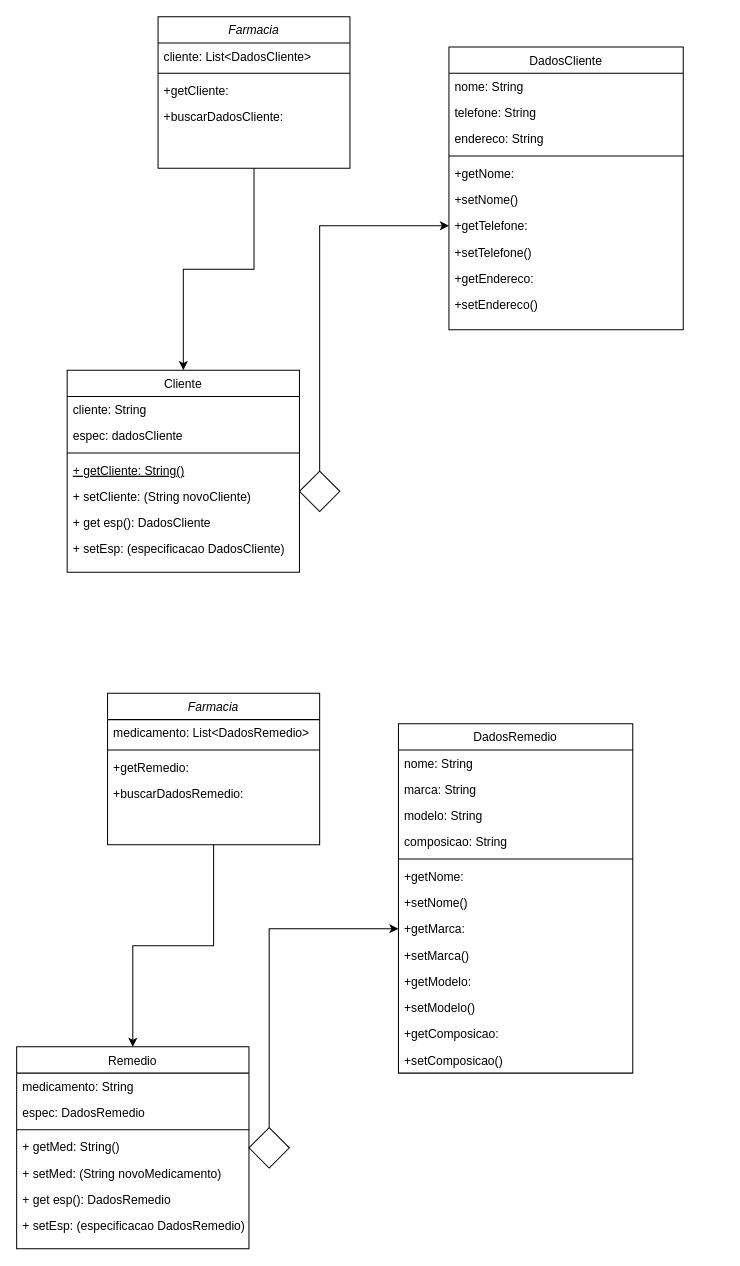
Above: Engenharia de Software/assets/Diagrama sem nome.drawio in beajdkjj/bertoti (draw.io), before the change. Source tidied: cells renumbered, new cells numbered last; positions are measured from the earlier drawing's top-left corner, leaving out a move shared by most shapes. Both pictures are drawn from the tidied source at 101%, with x=0, y=0 at pixel (16, 16).
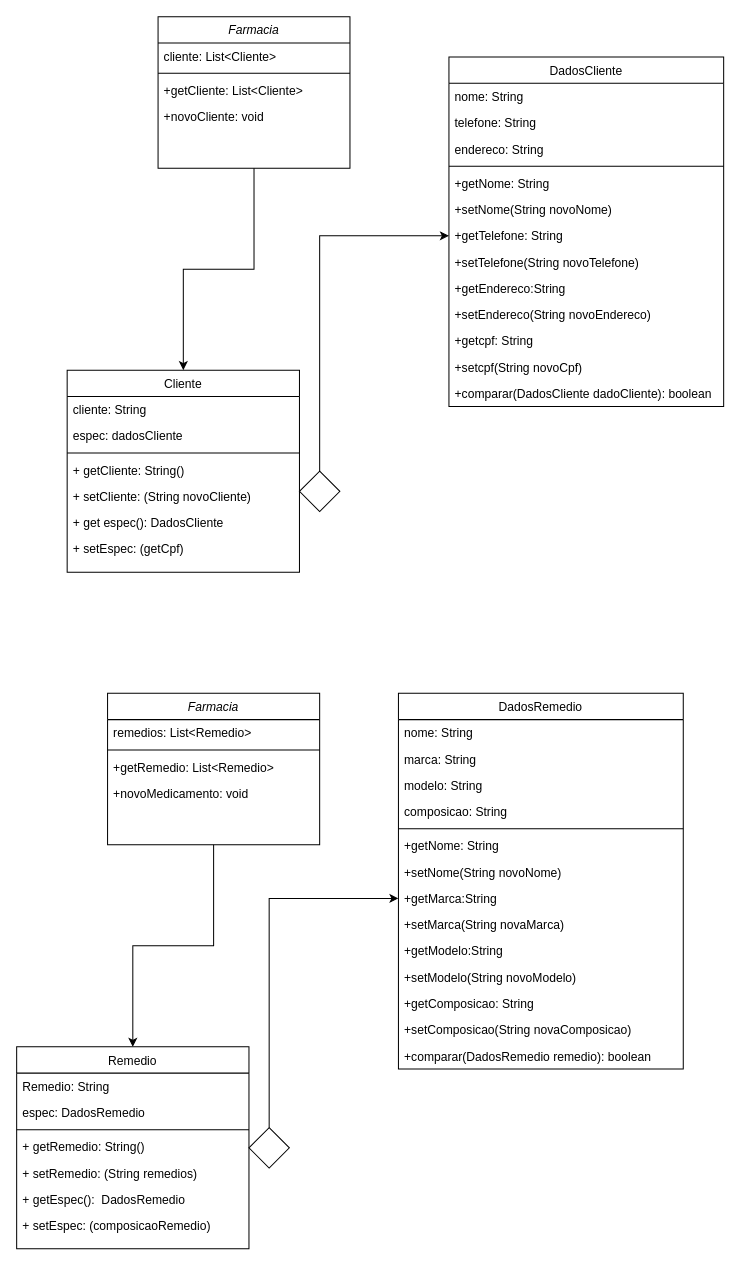
Above is the later version.

The change refers to these unchanged cells:
```xml
<mxCell id="3" value="Farmacia" style="swimlane;fontStyle=2;align=center;verticalAlign=top;horizontal=1;startSize=26;rounded=0;shadow=0;strokeWidth=1;" parent="1" vertex="1">
  <mxGeometry x="140" width="190" height="150" as="geometry" />
</mxCell>
<mxCell id="8" value="Cliente&#10;" style="swimlane;fontStyle=0;align=center;verticalAlign=top;horizontal=1;startSize=26;rounded=0;shadow=0;strokeWidth=1;" parent="1" vertex="1">
  <mxGeometry x="50" y="350" width="230" height="200" as="geometry" />
</mxCell>
<mxCell id="28" value="Farmacia" style="swimlane;fontStyle=2;align=center;verticalAlign=top;horizontal=1;startSize=26;rounded=0;shadow=0;strokeWidth=1;" parent="1" vertex="1">
  <mxGeometry x="90" y="670" width="210" height="150" as="geometry" />
</mxCell>
<mxCell id="33" value="Remedio" style="swimlane;fontStyle=0;align=center;verticalAlign=top;horizontal=1;startSize=26;rounded=0;shadow=0;strokeWidth=1;" parent="1" vertex="1">
  <mxGeometry y="1020" width="230" height="200" as="geometry" />
</mxCell>
```

The edit, as a diff of the source:
```diff
@@
-    <mxCell id="4" value="cliente: List&lt;DadosCliente&gt;" style="text;align=left;verticalAlign=top;spacingLeft=4;spacingRight=4;overflow=hidden;" parent="3" vertex="1">
+    <mxCell id="4" value="cliente: List&lt;Cliente&gt;" style="text;align=left;verticalAlign=top;spacingLeft=4;spacingRight=4;overflow=hidden;" parent="3" vertex="1">
       <mxGeometry y="26" width="190" height="26" as="geometry" />
     </mxCell>
@@
-    <mxCell id="6" value="+getCliente:&#10;" style="text;align=left;verticalAlign=top;spacingLeft=4;spacingRight=4;overflow=hidden;" parent="3" vertex="1">
+    <mxCell id="6" value="+getCliente: List&lt;Cliente&gt;&#10;" style="text;align=left;verticalAlign=top;spacingLeft=4;spacingRight=4;overflow=hidden;" parent="3" vertex="1">
       <mxGeometry y="60" width="190" height="26" as="geometry" />
     </mxCell>
-    <mxCell id="7" value="+buscarDadosCliente:&#10;" style="text;align=left;verticalAlign=top;spacingLeft=4;spacingRight=4;overflow=hidden;" parent="3" vertex="1">
+    <mxCell id="7" value="+novoCliente: void" style="text;align=left;verticalAlign=top;spacingLeft=4;spacingRight=4;overflow=hidden;" parent="3" vertex="1">
       <mxGeometry y="86" width="190" height="26" as="geometry" />
     </mxCell>
@@
-    <mxCell id="12" value="+ getCliente: String()" style="text;align=left;verticalAlign=top;spacingLeft=4;spacingRight=4;overflow=hidden;fontStyle=4;" parent="8" vertex="1">
+    <mxCell id="12" value="+ getCliente: String()" style="text;align=left;verticalAlign=top;spacingLeft=4;spacingRight=4;overflow=hidden;fontStyle=0;strokeColor=none;" parent="8" vertex="1">
       <mxGeometry y="86" width="230" height="26" as="geometry" />
     </mxCell>
@@
-    <mxCell id="14" value="+ get esp(): DadosCliente" style="text;align=left;verticalAlign=top;spacingLeft=4;spacingRight=4;overflow=hidden;" parent="8" vertex="1">
+    <mxCell id="14" value="+ get espec(): DadosCliente" style="text;align=left;verticalAlign=top;spacingLeft=4;spacingRight=4;overflow=hidden;" parent="8" vertex="1">
       <mxGeometry y="138" width="230" height="26" as="geometry" />
     </mxCell>
-    <mxCell id="15" value="+ setEsp: (especificacao DadosCliente)" style="text;align=left;verticalAlign=top;spacingLeft=4;spacingRight=4;overflow=hidden;" parent="8" vertex="1">
+    <mxCell id="15" value="+ setEspec: (getCpf)" style="text;align=left;verticalAlign=top;spacingLeft=4;spacingRight=4;overflow=hidden;" parent="8" vertex="1">
       <mxGeometry y="164" width="230" height="26" as="geometry" />
     </mxCell>
     <mxCell id="16" value="DadosCliente" style="swimlane;fontStyle=0;align=center;verticalAlign=top;horizontal=1;startSize=26;rounded=0;shadow=0;strokeWidth=1;" parent="1" vertex="1">
-      <mxGeometry x="428" y="30" width="232" height="280" as="geometry" />
+      <mxGeometry x="428" y="40" width="272" height="346" as="geometry" />
     </mxCell>
     <mxCell id="17" value="nome: String" style="text;align=left;verticalAlign=top;spacingLeft=4;spacingRight=4;overflow=hidden;" parent="16" vertex="1">
-      <mxGeometry y="26" width="232" height="26" as="geometry" />
+      <mxGeometry y="26" width="272" height="26" as="geometry" />
     </mxCell>
     <mxCell id="18" value="telefone: String" style="text;align=left;verticalAlign=top;spacingLeft=4;spacingRight=4;overflow=hidden;rounded=0;shadow=0;html=0;" parent="16" vertex="1">
-      <mxGeometry y="52" width="232" height="26" as="geometry" />
+      <mxGeometry y="52" width="272" height="26" as="geometry" />
     </mxCell>
     <mxCell id="19" value="endereco: String" style="text;align=left;verticalAlign=top;spacingLeft=4;spacingRight=4;overflow=hidden;rounded=0;shadow=0;html=0;" parent="16" vertex="1">
-      <mxGeometry y="78" width="232" height="26" as="geometry" />
+      <mxGeometry y="78" width="272" height="26" as="geometry" />
     </mxCell>
     <mxCell id="20" style="line;html=1;strokeWidth=1;align=left;verticalAlign=middle;spacingTop=-1;spacingLeft=3;spacingRight=3;labelPosition=right;" parent="16" vertex="1">
-      <mxGeometry y="104" width="232" height="8" as="geometry" />
+      <mxGeometry y="104" width="272" height="8" as="geometry" />
     </mxCell>
-    <mxCell id="21" value="+getNome:" style="text;align=left;verticalAlign=top;spacingLeft=4;spacingRight=4;overflow=hidden;" parent="16" vertex="1">
-      <mxGeometry y="112" width="232" height="26" as="geometry" />
+    <mxCell id="21" value="+getNome: String" style="text;align=left;verticalAlign=top;spacingLeft=4;spacingRight=4;overflow=hidden;" parent="16" vertex="1">
+      <mxGeometry y="112" width="272" height="26" as="geometry" />
     </mxCell>
-    <mxCell id="22" value="+setNome()" style="text;align=left;verticalAlign=top;spacingLeft=4;spacingRight=4;overflow=hidden;" parent="16" vertex="1">
-      <mxGeometry y="138" width="232" height="26" as="geometry" />
+    <mxCell id="22" value="+setNome(String novoNome)" style="text;align=left;verticalAlign=top;spacingLeft=4;spacingRight=4;overflow=hidden;" parent="16" vertex="1">
+      <mxGeometry y="138" width="272" height="26" as="geometry" />
     </mxCell>
-    <mxCell id="23" value="+getTelefone:" style="text;align=left;verticalAlign=top;spacingLeft=4;spacingRight=4;overflow=hidden;points=[[0,0.5],[1,0.5]];portConstraint=eastwest;" parent="16" vertex="1">
-      <mxGeometry y="164" width="232" height="26" as="geometry" />
+    <mxCell id="23" value="+getTelefone: String" style="text;align=left;verticalAlign=top;spacingLeft=4;spacingRight=4;overflow=hidden;points=[[0,0.5],[1,0.5]];portConstraint=eastwest;" parent="16" vertex="1">
+      <mxGeometry y="164" width="272" height="26" as="geometry" />
     </mxCell>
-    <mxCell id="24" value="+setTelefone()" style="text;align=left;verticalAlign=top;spacingLeft=4;spacingRight=4;overflow=hidden;" parent="16" vertex="1">
-      <mxGeometry y="190" width="232" height="26" as="geometry" />
+    <mxCell id="24" value="+setTelefone(String novoTelefone)" style="text;align=left;verticalAlign=top;spacingLeft=4;spacingRight=4;overflow=hidden;" parent="16" vertex="1">
+      <mxGeometry y="190" width="272" height="26" as="geometry" />
     </mxCell>
-    <mxCell id="25" value="+getEndereco:" style="text;align=left;verticalAlign=top;spacingLeft=4;spacingRight=4;overflow=hidden;" parent="16" vertex="1">
-      <mxGeometry y="216" width="232" height="26" as="geometry" />
+    <mxCell id="25" value="+getEndereco:String" style="text;align=left;verticalAlign=top;spacingLeft=4;spacingRight=4;overflow=hidden;" parent="16" vertex="1">
+      <mxGeometry y="216" width="272" height="26" as="geometry" />
     </mxCell>
-    <mxCell id="26" value="+setEndereco()" style="text;align=left;verticalAlign=top;spacingLeft=4;spacingRight=4;overflow=hidden;" parent="16" vertex="1">
-      <mxGeometry y="242" width="232" height="26" as="geometry" />
+    <mxCell id="26" value="+setEndereco(String novoEndereco)" style="text;align=left;verticalAlign=top;spacingLeft=4;spacingRight=4;overflow=hidden;" parent="16" vertex="1">
+      <mxGeometry y="242" width="272" height="26" as="geometry" />
     </mxCell>
+    <mxCell id="59" value="+getcpf: String" style="text;align=left;verticalAlign=top;spacingLeft=4;spacingRight=4;overflow=hidden;" parent="16" vertex="1">
+      <mxGeometry y="268" width="272" height="26" as="geometry" />
+    </mxCell>
+    <mxCell id="60" value="+setcpf(String novoCpf)" style="text;align=left;verticalAlign=top;spacingLeft=4;spacingRight=4;overflow=hidden;" parent="16" vertex="1">
+      <mxGeometry y="294" width="272" height="26" as="geometry" />
+    </mxCell>
+    <mxCell id="61" value="+comparar(DadosCliente dadoCliente): boolean" style="text;align=left;verticalAlign=top;spacingLeft=4;spacingRight=4;overflow=hidden;" parent="16" vertex="1">
+      <mxGeometry y="320" width="272" height="26" as="geometry" />
+    </mxCell>
@@
-    <mxCell id="29" value="medicamento: List&lt;DadosRemedio&gt;" style="text;align=left;verticalAlign=top;spacingLeft=4;spacingRight=4;overflow=hidden;" parent="28" vertex="1">
+    <mxCell id="29" value="remedios: List&lt;Remedio&gt;" style="text;align=left;verticalAlign=top;spacingLeft=4;spacingRight=4;overflow=hidden;" parent="28" vertex="1">
       <mxGeometry y="26" width="210" height="26" as="geometry" />
     </mxCell>
@@
-    <mxCell id="31" value="+getRemedio:&#10;" style="text;align=left;verticalAlign=top;spacingLeft=4;spacingRight=4;overflow=hidden;" parent="28" vertex="1">
+    <mxCell id="31" value="+getRemedio: List&lt;Remedio&gt;&#10;" style="text;align=left;verticalAlign=top;spacingLeft=4;spacingRight=4;overflow=hidden;" parent="28" vertex="1">
       <mxGeometry y="60" width="210" height="26" as="geometry" />
     </mxCell>
-    <mxCell id="32" value="+buscarDadosRemedio:&#10;" style="text;align=left;verticalAlign=top;spacingLeft=4;spacingRight=4;overflow=hidden;" parent="28" vertex="1">
+    <mxCell id="32" value="+novoMedicamento: void" style="text;align=left;verticalAlign=top;spacingLeft=4;spacingRight=4;overflow=hidden;" parent="28" vertex="1">
       <mxGeometry y="86" width="210" height="26" as="geometry" />
     </mxCell>
@@
-    <mxCell id="34" value="medicamento: String" style="text;align=left;verticalAlign=top;spacingLeft=4;spacingRight=4;overflow=hidden;" parent="33" vertex="1">
+    <mxCell id="34" value="Remedio: String" style="text;align=left;verticalAlign=top;spacingLeft=4;spacingRight=4;overflow=hidden;" parent="33" vertex="1">
       <mxGeometry y="26" width="230" height="26" as="geometry" />
     </mxCell>
@@
-    <mxCell id="37" value="+ getMed: String()" style="text;align=left;verticalAlign=top;spacingLeft=4;spacingRight=4;overflow=hidden;fontStyle=0;strokeColor=none;" parent="33" vertex="1">
+    <mxCell id="37" value="+ getRemedio: String()" style="text;align=left;verticalAlign=top;spacingLeft=4;spacingRight=4;overflow=hidden;fontStyle=0;strokeColor=none;" parent="33" vertex="1">
       <mxGeometry y="86" width="230" height="26" as="geometry" />
     </mxCell>
-    <mxCell id="38" value="+ setMed: (String novoMedicamento)" style="text;align=left;verticalAlign=top;spacingLeft=4;spacingRight=4;overflow=hidden;" parent="33" vertex="1">
+    <mxCell id="38" value="+ setRemedio: (String remedios)" style="text;align=left;verticalAlign=top;spacingLeft=4;spacingRight=4;overflow=hidden;" parent="33" vertex="1">
       <mxGeometry y="112" width="230" height="26" as="geometry" />
     </mxCell>
-    <mxCell id="39" value="+ get esp(): DadosRemedio" style="text;align=left;verticalAlign=top;spacingLeft=4;spacingRight=4;overflow=hidden;" parent="33" vertex="1">
+    <mxCell id="39" value="+ getEspec():  DadosRemedio&#10;" style="text;align=left;verticalAlign=top;spacingLeft=4;spacingRight=4;overflow=hidden;" parent="33" vertex="1">
       <mxGeometry y="138" width="230" height="26" as="geometry" />
     </mxCell>
-    <mxCell id="40" value="+ setEsp: (especificacao DadosRemedio)" style="text;align=left;verticalAlign=top;spacingLeft=4;spacingRight=4;overflow=hidden;" parent="33" vertex="1">
+    <mxCell id="40" value="+ setEspec: (composicaoRemedio)" style="text;align=left;verticalAlign=top;spacingLeft=4;spacingRight=4;overflow=hidden;" parent="33" vertex="1">
       <mxGeometry y="164" width="230" height="26" as="geometry" />
     </mxCell>
     <mxCell id="41" value="DadosRemedio" style="swimlane;fontStyle=0;align=center;verticalAlign=top;horizontal=1;startSize=26;rounded=0;shadow=0;strokeWidth=1;" parent="1" vertex="1">
-      <mxGeometry x="378" y="700" width="232" height="346" as="geometry" />
+      <mxGeometry x="378" y="670" width="282" height="372" as="geometry" />
     </mxCell>
     <mxCell id="42" value="nome: String" style="text;align=left;verticalAlign=top;spacingLeft=4;spacingRight=4;overflow=hidden;" parent="41" vertex="1">
-      <mxGeometry y="26" width="232" height="26" as="geometry" />
+      <mxGeometry y="26" width="282" height="26" as="geometry" />
     </mxCell>
     <mxCell id="43" value="marca: String" style="text;align=left;verticalAlign=top;spacingLeft=4;spacingRight=4;overflow=hidden;" parent="41" vertex="1">
-      <mxGeometry y="52" width="232" height="26" as="geometry" />
+      <mxGeometry y="52" width="282" height="26" as="geometry" />
     </mxCell>
     <mxCell id="44" value="modelo: String" style="text;align=left;verticalAlign=top;spacingLeft=4;spacingRight=4;overflow=hidden;rounded=0;shadow=0;html=0;" parent="41" vertex="1">
-      <mxGeometry y="78" width="232" height="26" as="geometry" />
+      <mxGeometry y="78" width="282" height="26" as="geometry" />
     </mxCell>
     <mxCell id="45" value="composicao: String" style="text;align=left;verticalAlign=top;spacingLeft=4;spacingRight=4;overflow=hidden;rounded=0;shadow=0;html=0;" parent="41" vertex="1">
-      <mxGeometry y="104" width="232" height="26" as="geometry" />
+      <mxGeometry y="104" width="282" height="26" as="geometry" />
     </mxCell>
     <mxCell id="46" style="line;html=1;strokeWidth=1;align=left;verticalAlign=middle;spacingTop=-1;spacingLeft=3;spacingRight=3;labelPosition=right;" parent="41" vertex="1">
-      <mxGeometry y="130" width="232" height="8" as="geometry" />
+      <mxGeometry y="130" width="282" height="8" as="geometry" />
     </mxCell>
-    <mxCell id="47" value="+getNome:" style="text;align=left;verticalAlign=top;spacingLeft=4;spacingRight=4;overflow=hidden;" parent="41" vertex="1">
-      <mxGeometry y="138" width="232" height="26" as="geometry" />
+    <mxCell id="47" value="+getNome: String" style="text;align=left;verticalAlign=top;spacingLeft=4;spacingRight=4;overflow=hidden;" parent="41" vertex="1">
+      <mxGeometry y="138" width="282" height="26" as="geometry" />
     </mxCell>
-    <mxCell id="48" value="+setNome()" style="text;align=left;verticalAlign=top;spacingLeft=4;spacingRight=4;overflow=hidden;" parent="41" vertex="1">
-      <mxGeometry y="164" width="232" height="26" as="geometry" />
+    <mxCell id="48" value="+setNome(String novoNome)" style="text;align=left;verticalAlign=top;spacingLeft=4;spacingRight=4;overflow=hidden;" parent="41" vertex="1">
+      <mxGeometry y="164" width="282" height="26" as="geometry" />
     </mxCell>
-    <mxCell id="49" value="+getMarca:" style="text;align=left;verticalAlign=top;spacingLeft=4;spacingRight=4;overflow=hidden;points=[[0,0.5],[1,0.5]];portConstraint=eastwest;" parent="41" vertex="1">
-      <mxGeometry y="190" width="232" height="26" as="geometry" />
+    <mxCell id="49" value="+getMarca:String" style="text;align=left;verticalAlign=top;spacingLeft=4;spacingRight=4;overflow=hidden;points=[[0,0.5],[1,0.5]];portConstraint=eastwest;" parent="41" vertex="1">
+      <mxGeometry y="190" width="282" height="26" as="geometry" />
     </mxCell>
-    <mxCell id="50" value="+setMarca()" style="text;align=left;verticalAlign=top;spacingLeft=4;spacingRight=4;overflow=hidden;" parent="41" vertex="1">
-      <mxGeometry y="216" width="232" height="26" as="geometry" />
+    <mxCell id="50" value="+setMarca(String novaMarca)" style="text;align=left;verticalAlign=top;spacingLeft=4;spacingRight=4;overflow=hidden;" parent="41" vertex="1">
+      <mxGeometry y="216" width="282" height="26" as="geometry" />
     </mxCell>
-    <mxCell id="51" value="+getModelo:" style="text;align=left;verticalAlign=top;spacingLeft=4;spacingRight=4;overflow=hidden;" parent="41" vertex="1">
-      <mxGeometry y="242" width="232" height="26" as="geometry" />
+    <mxCell id="51" value="+getModelo:String" style="text;align=left;verticalAlign=top;spacingLeft=4;spacingRight=4;overflow=hidden;" parent="41" vertex="1">
+      <mxGeometry y="242" width="282" height="26" as="geometry" />
     </mxCell>
-    <mxCell id="52" value="+setModelo()" style="text;align=left;verticalAlign=top;spacingLeft=4;spacingRight=4;overflow=hidden;" parent="41" vertex="1">
-      <mxGeometry y="268" width="232" height="26" as="geometry" />
+    <mxCell id="52" value="+setModelo(String novoModelo)" style="text;align=left;verticalAlign=top;spacingLeft=4;spacingRight=4;overflow=hidden;" parent="41" vertex="1">
+      <mxGeometry y="268" width="282" height="26" as="geometry" />
     </mxCell>
-    <mxCell id="53" value="+getComposicao:" style="text;align=left;verticalAlign=top;spacingLeft=4;spacingRight=4;overflow=hidden;" parent="41" vertex="1">
-      <mxGeometry y="294" width="232" height="26" as="geometry" />
+    <mxCell id="53" value="+getComposicao: String" style="text;align=left;verticalAlign=top;spacingLeft=4;spacingRight=4;overflow=hidden;" parent="41" vertex="1">
+      <mxGeometry y="294" width="282" height="26" as="geometry" />
     </mxCell>
-    <mxCell id="54" value="+setComposicao()" style="text;align=left;verticalAlign=top;spacingLeft=4;spacingRight=4;overflow=hidden;" parent="41" vertex="1">
-      <mxGeometry y="320" width="232" height="26" as="geometry" />
+    <mxCell id="54" value="+setComposicao(String novaComposicao)" style="text;align=left;verticalAlign=top;spacingLeft=4;spacingRight=4;overflow=hidden;" parent="41" vertex="1">
+      <mxGeometry y="320" width="282" height="26" as="geometry" />
     </mxCell>
+    <mxCell id="62" value="+comparar(DadosRemedio remedio): boolean" style="text;align=left;verticalAlign=top;spacingLeft=4;spacingRight=4;overflow=hidden;" parent="41" vertex="1">
+      <mxGeometry y="346" width="282" height="26" as="geometry" />
+    </mxCell>
```
